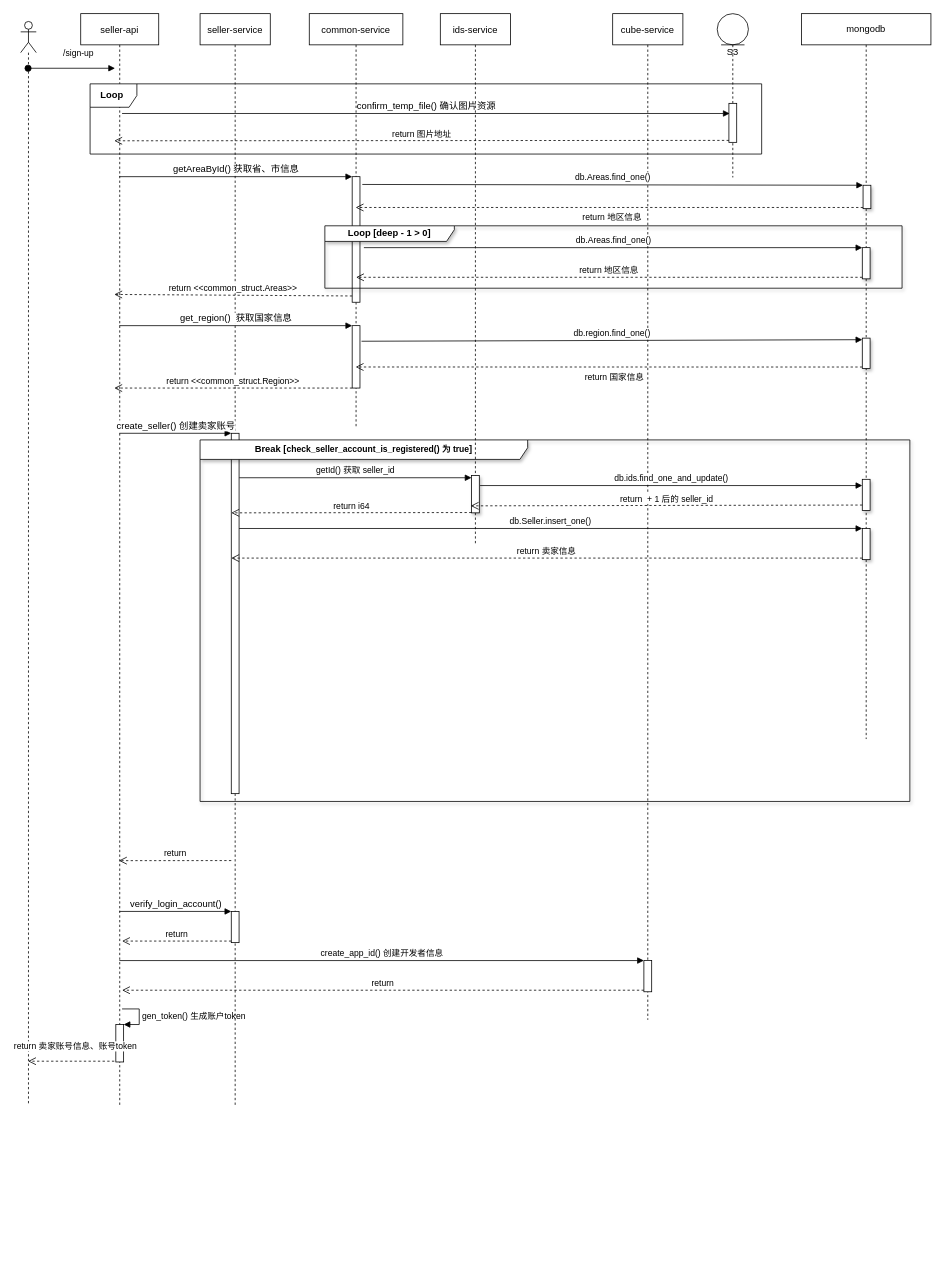
Earlier version of the draw.io diagram 时序图.drawio (wjctim/design-draw). Source tidied: cells renumbered, new cells numbered last; positions are measured from the earlier drawing's top-left corner, leaving out a move shared by most shapes. Both pictures are drawn from the tidied source at 78%, with x=0, y=0 at pixel (20, 13).
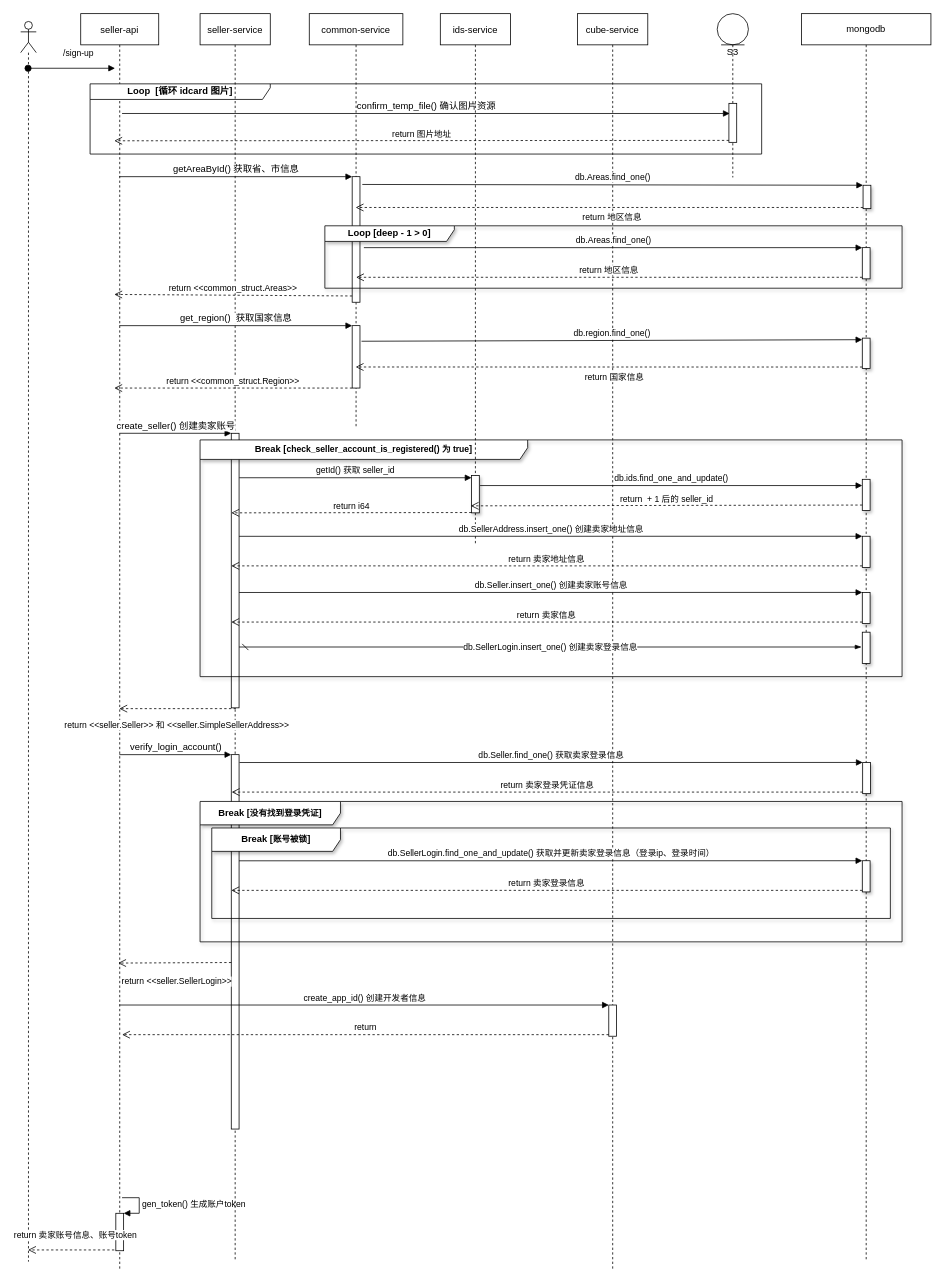
The same page after the edit.

Commit message:
更新时序图.drawio

The edit, as a diff of the source:
```diff
@@
     <mxCell id="2" value="seller-api" style="shape=umlLifeline;perimeter=lifelinePerimeter;rounded=0;shadow=0;strokeWidth=1;" parent="1" vertex="1">
-      <mxGeometry x="77" width="100" height="1400" as="geometry" />
+      <mxGeometry x="77" width="100" height="1610" as="geometry" />
     </mxCell>
@@
     <mxCell id="4" style="html=1;points=[];perimeter=orthogonalPerimeter;" parent="2" vertex="1">
-      <mxGeometry x="45" y="1296" width="10" height="48" as="geometry" />
+      <mxGeometry x="45" y="1538" width="10" height="48" as="geometry" />
     </mxCell>
     <mxCell id="5" value="gen_token() 生成账户token" style="edgeStyle=orthogonalEdgeStyle;html=1;align=left;spacingLeft=2;endArrow=block;rounded=0;entryX=1;entryY=0;" parent="2" edge="1" target="4">
       <mxGeometry relative="1" as="geometry">
-        <mxPoint x="53" y="1276" as="sourcePoint" />
+        <mxPoint x="53" y="1518" as="sourcePoint" />
         <Array as="points">
-          <mxPoint x="75" y="1276" />
+          <mxPoint x="75" y="1518" />
         </Array>
       </mxGeometry>
     </mxCell>
-    <mxCell id="6" value="Loop&amp;nbsp;" style="shape=umlFrame;whiteSpace=wrap;html=1;fontStyle=1;" parent="1" vertex="1">
+    <mxCell id="6" value="Loop&amp;nbsp; [循环 idcard 图片]" style="shape=umlFrame;whiteSpace=wrap;html=1;fontStyle=1;width=231;height=20;" parent="1" vertex="1">
       <mxGeometry x="89" y="90" width="861" height="90" as="geometry" />
     </mxCell>
     <mxCell id="7" value="seller-service" style="shape=umlLifeline;perimeter=lifelinePerimeter;rounded=0;shadow=0;strokeWidth=1;" parent="1" vertex="1">
-      <mxGeometry x="230" width="90" height="1400" as="geometry" />
+      <mxGeometry x="230" width="90" height="1600" as="geometry" />
     </mxCell>
+    <mxCell id="21" value="return &amp;lt;&amp;lt;seller.Seller&amp;gt;&amp;gt; 和 &amp;lt;&amp;lt;seller.SimpleSellerAddress&amp;gt;&amp;gt;" style="html=1;verticalAlign=bottom;endArrow=open;dashed=1;endSize=8;exitX=0;exitY=0.95;rounded=0;" parent="7" edge="1">
+      <mxGeometry x="0.02" y="30" relative="1" as="geometry">
+        <mxPoint x="46" y="891" as="sourcePoint" />
+        <mxPoint x="-103.5" y="891" as="targetPoint" />
+      </mxGeometry>
+    </mxCell>
     <mxCell id="8" style="shape=umlLifeline;participant=umlActor;perimeter=lifelinePerimeter;whiteSpace=wrap;html=1;verticalAlign=top;spacingTop=36;outlineConnect=0;" parent="1" vertex="1">
-      <mxGeometry y="10" width="20" height="1390" as="geometry" />
+      <mxGeometry y="10" width="20" height="1590" as="geometry" />
     </mxCell>
@@
     <mxCell id="19" style="html=1;points=[];perimeter=orthogonalPerimeter;" parent="1" vertex="1">
-      <mxGeometry x="270" y="538" width="10" height="462" as="geometry" />
+      <mxGeometry x="270" y="538" width="10" height="352" as="geometry" />
     </mxCell>
@@
-    <mxCell id="21" value="return" style="html=1;verticalAlign=bottom;endArrow=open;dashed=1;endSize=8;exitX=0;exitY=0.95;rounded=0;entryX=0.49;entryY=0.648;entryDx=0;entryDy=0;entryPerimeter=0;" parent="1" edge="1">
-      <mxGeometry relative="1" as="geometry">
-        <mxPoint x="270" y="1085.8" as="sourcePoint" />
-        <mxPoint x="126" y="1085.9" as="targetPoint" />
-      </mxGeometry>
-    </mxCell>
     <mxCell id="22" style="html=1;points=[];perimeter=orthogonalPerimeter;" parent="1" vertex="1">
-      <mxGeometry x="270" y="1151" width="10" height="40" as="geometry" />
+      <mxGeometry x="270" y="950" width="10" height="480" as="geometry" />
     </mxCell>
     <mxCell id="23" value="&lt;span style=&quot;font-size: 12px;&quot;&gt;verify_login_account()&lt;/span&gt;" style="html=1;verticalAlign=bottom;endArrow=block;entryX=0;entryY=0;rounded=0;" parent="1" edge="1" target="22">
       <mxGeometry relative="1" as="geometry">
-        <mxPoint x="126.5" y="1151" as="sourcePoint" />
+        <mxPoint x="126.5" y="950" as="sourcePoint" />
       </mxGeometry>
     </mxCell>
-    <mxCell id="24" value="return" style="html=1;verticalAlign=bottom;endArrow=open;dashed=1;endSize=8;exitX=0;exitY=0.95;rounded=0;" parent="1" edge="1" source="22">
-      <mxGeometry relative="1" as="geometry">
-        <mxPoint x="130" y="1189" as="targetPoint" />
+    <mxCell id="24" value="return &amp;lt;&amp;lt;seller.SellerLogin&amp;gt;&amp;gt;" style="html=1;verticalAlign=bottom;endArrow=open;dashed=1;endSize=8;exitX=0;exitY=0.95;rounded=0;entryX=0.48;entryY=0.843;entryDx=0;entryDy=0;entryPerimeter=0;" parent="1" edge="1">
+      <mxGeometry x="-0.03" y="33" relative="1" as="geometry">
+        <mxPoint x="270" y="1216.5" as="sourcePoint" />
+        <mxPoint x="125" y="1217.2" as="targetPoint" />
       </mxGeometry>
     </mxCell>
     <mxCell id="25" value="cube-service" style="shape=umlLifeline;perimeter=lifelinePerimeter;rounded=0;shadow=0;strokeWidth=1;" parent="1" vertex="1">
-      <mxGeometry x="759" width="90" height="1290" as="geometry" />
+      <mxGeometry x="714" width="90" height="1610" as="geometry" />
     </mxCell>
     <mxCell id="26" style="html=1;points=[];perimeter=orthogonalPerimeter;" parent="25" vertex="1">
-      <mxGeometry x="40" y="1214" width="10" height="40" as="geometry" />
+      <mxGeometry x="40" y="1271" width="10" height="40" as="geometry" />
     </mxCell>
     <mxCell id="27" value="create_app_id() 创建开发者信息" style="html=1;verticalAlign=bottom;endArrow=block;entryX=0;entryY=0;rounded=0;" parent="1" edge="1" target="26">
       <mxGeometry relative="1" as="geometry">
-        <mxPoint x="126.5" y="1214" as="sourcePoint" />
+        <mxPoint x="126.5" y="1271" as="sourcePoint" />
       </mxGeometry>
     </mxCell>
     <mxCell id="28" value="return" style="html=1;verticalAlign=bottom;endArrow=open;dashed=1;endSize=8;exitX=0;exitY=0.95;rounded=0;" parent="1" edge="1" source="26">
       <mxGeometry relative="1" as="geometry">
-        <mxPoint x="130" y="1252" as="targetPoint" />
+        <mxPoint x="130" y="1309" as="targetPoint" />
       </mxGeometry>
     </mxCell>
     <mxCell id="29" value="return 卖家账号信息、账号token" style="html=1;verticalAlign=bottom;endArrow=open;dashed=1;endSize=8;rounded=0;" parent="1" edge="1">
       <mxGeometry x="-0.1" y="-10" relative="1" as="geometry">
-        <mxPoint x="120" y="1343" as="sourcePoint" />
-        <mxPoint x="9.5" y="1343" as="targetPoint" />
+        <mxPoint x="120" y="1585" as="sourcePoint" />
+        <mxPoint x="9.5" y="1585" as="targetPoint" />
       </mxGeometry>
     </mxCell>
@@
     <mxCell id="31" value="mongodb" style="shape=umlLifeline;perimeter=lifelinePerimeter;whiteSpace=wrap;html=1;rounded=0;glass=0;sketch=0;" parent="1" vertex="1">
-      <mxGeometry x="1001" width="166" height="930" as="geometry" />
+      <mxGeometry x="1001" width="166" height="1600" as="geometry" />
     </mxCell>
@@
+    <mxCell id="53" value="&lt;div style=&quot;text-align: left;&quot;&gt;&lt;b style=&quot;background-color: initial;&quot;&gt;Break [&lt;/b&gt;&lt;b style=&quot;font-size: 11px; background-color: rgb(255, 255, 255);&quot;&gt;没有找到登录凭证&lt;/b&gt;&lt;b style=&quot;background-color: initial;&quot;&gt;]&lt;/b&gt;&lt;/div&gt;" style="shape=umlFrame;whiteSpace=wrap;html=1;rounded=0;shadow=1;glass=0;sketch=0;width=180;height=30;" parent="31" vertex="1">
+      <mxGeometry x="-771" y="1010" width="900" height="180" as="geometry" />
+    </mxCell>
@@
     <mxCell id="39" value="&lt;b&gt;Break [&lt;span style=&quot;font-size: 11px; text-align: left; background-color: rgb(255, 255, 255);&quot;&gt;check_seller_account_is_registered() 为 true&lt;/span&gt;]&lt;/b&gt;" style="shape=umlFrame;whiteSpace=wrap;html=1;rounded=0;shadow=1;glass=0;sketch=0;width=420;height=25;" parent="1" vertex="1">
-      <mxGeometry x="230" y="546.5" width="910" height="463.5" as="geometry" />
+      <mxGeometry x="230" y="546.5" width="900" height="303.5" as="geometry" />
     </mxCell>
@@
     <mxCell id="50" style="html=1;points=[];perimeter=orthogonalPerimeter;rounded=0;shadow=1;glass=0;sketch=0;" parent="1" vertex="1">
-      <mxGeometry x="1079" y="660" width="10" height="40" as="geometry" />
+      <mxGeometry x="1079" y="742" width="10" height="40" as="geometry" />
     </mxCell>
-    <mxCell id="51" value="db.Seller.insert_one()" style="html=1;verticalAlign=bottom;endArrow=block;entryX=0;entryY=0;rounded=0;exitX=0.055;exitY=0.245;exitDx=0;exitDy=0;exitPerimeter=0;" parent="1" edge="1" source="39" target="50">
-      <mxGeometry relative="1" as="geometry" />
+    <mxCell id="51" value="db.Seller.insert_one() 创建卖家账号信息" style="html=1;verticalAlign=bottom;endArrow=block;entryX=0;entryY=0;rounded=0;exitX=0.055;exitY=0.245;exitDx=0;exitDy=0;exitPerimeter=0;" parent="1" edge="1" target="50">
+      <mxGeometry relative="1" as="geometry">
+        <mxPoint x="280" y="742.1" as="sourcePoint" />
+      </mxGeometry>
     </mxCell>
     <mxCell id="52" value="return 卖家信息" style="html=1;verticalAlign=bottom;endArrow=open;dashed=1;endSize=8;exitX=0;exitY=0.95;rounded=0;" parent="1" edge="1" source="50">
       <mxGeometry relative="1" as="geometry">
-        <mxPoint x="270" y="698" as="targetPoint" />
+        <mxPoint x="270" y="780" as="targetPoint" />
       </mxGeometry>
     </mxCell>
+    <mxCell id="54" style="html=1;perimeter=orthogonalPerimeter;rounded=0;shadow=1;glass=0;sketch=0;" parent="1" vertex="1">
+      <mxGeometry x="1079" y="793" width="10" height="40" as="geometry" />
+    </mxCell>
+    <mxCell id="55" value="&lt;span style=&quot;font-size: 11px;&quot;&gt;db.SellerLogin.insert_one() 创建卖家登录信息&lt;/span&gt;" style="edgeStyle=elbowEdgeStyle;fontSize=12;html=1;endArrow=blockThin;endFill=1;startArrow=dash;startFill=0;endSize=6;startSize=6;rounded=0;entryX=-0.1;entryY=0.375;entryDx=0;entryDy=0;entryPerimeter=0;" parent="1" edge="1">
+      <mxGeometry relative="1" as="geometry">
+        <mxPoint x="280" y="812" as="sourcePoint" />
+        <mxPoint x="1078" y="812" as="targetPoint" />
+      </mxGeometry>
+    </mxCell>
+    <mxCell id="56" style="html=1;points=[];perimeter=orthogonalPerimeter;rounded=0;shadow=1;glass=0;sketch=0;" parent="1" vertex="1">
+      <mxGeometry x="1079" y="670" width="10" height="40" as="geometry" />
+    </mxCell>
+    <mxCell id="57" value="db.SellerAddress.insert_one() 创建卖家地址信息" style="html=1;verticalAlign=bottom;endArrow=block;entryX=0;entryY=0;rounded=0;exitX=0.055;exitY=0.245;exitDx=0;exitDy=0;exitPerimeter=0;" parent="1" edge="1" target="56">
+      <mxGeometry relative="1" as="geometry">
+        <mxPoint x="280" y="670.1" as="sourcePoint" />
+      </mxGeometry>
+    </mxCell>
+    <mxCell id="58" value="return 卖家地址信息" style="html=1;verticalAlign=bottom;endArrow=open;dashed=1;endSize=8;exitX=0;exitY=0.95;rounded=0;" parent="1" edge="1" source="56">
+      <mxGeometry relative="1" as="geometry">
+        <mxPoint x="270" y="708" as="targetPoint" />
+      </mxGeometry>
+    </mxCell>
+    <mxCell id="59" style="html=1;points=[];perimeter=orthogonalPerimeter;rounded=0;shadow=1;glass=0;sketch=0;" parent="1" vertex="1">
+      <mxGeometry x="1079.5" y="960" width="10" height="40" as="geometry" />
+    </mxCell>
+    <mxCell id="60" value="db.Seller.find_one() 获取卖家登录信息" style="html=1;verticalAlign=bottom;endArrow=block;entryX=0;entryY=0;rounded=0;exitX=0.055;exitY=0.245;exitDx=0;exitDy=0;exitPerimeter=0;" parent="1" edge="1" target="59">
+      <mxGeometry relative="1" as="geometry">
+        <mxPoint x="280.5" y="960.1" as="sourcePoint" />
+      </mxGeometry>
+    </mxCell>
+    <mxCell id="61" value="return 卖家登录凭证信息" style="html=1;verticalAlign=bottom;endArrow=open;dashed=1;endSize=8;exitX=0;exitY=0.95;rounded=0;" parent="1" edge="1" source="59">
+      <mxGeometry relative="1" as="geometry">
+        <mxPoint x="270.5" y="998" as="targetPoint" />
+      </mxGeometry>
+    </mxCell>
+    <mxCell id="62" value="&lt;div style=&quot;text-align: left;&quot;&gt;&lt;b style=&quot;background-color: initial;&quot;&gt;Break [&lt;/b&gt;&lt;b style=&quot;font-size: 11px; background-color: rgb(255, 255, 255);&quot;&gt;账号被锁&lt;/b&gt;&lt;b style=&quot;background-color: initial;&quot;&gt;]&lt;/b&gt;&lt;/div&gt;" style="shape=umlFrame;whiteSpace=wrap;html=1;rounded=0;shadow=1;glass=0;sketch=0;width=165;height=30;" parent="1" vertex="1">
+      <mxGeometry x="245" y="1044" width="870" height="116" as="geometry" />
+    </mxCell>
+    <mxCell id="63" style="html=1;points=[];perimeter=orthogonalPerimeter;rounded=0;shadow=1;glass=0;sketch=0;" parent="1" vertex="1">
+      <mxGeometry x="1079" y="1086" width="10" height="40" as="geometry" />
+    </mxCell>
+    <mxCell id="64" value="db.SellerLogin.find_one_and_update() 获取并更新卖家登录信息（登录ip、登录时间）" style="html=1;verticalAlign=bottom;endArrow=block;entryX=0;entryY=0;rounded=0;exitX=0.055;exitY=0.245;exitDx=0;exitDy=0;exitPerimeter=0;" parent="1" edge="1" target="63">
+      <mxGeometry relative="1" as="geometry">
+        <mxPoint x="280" y="1086.1" as="sourcePoint" />
+      </mxGeometry>
+    </mxCell>
+    <mxCell id="65" value="return 卖家登录信息" style="html=1;verticalAlign=bottom;endArrow=open;dashed=1;endSize=8;exitX=0;exitY=0.95;rounded=0;" parent="1" edge="1" source="63">
+      <mxGeometry relative="1" as="geometry">
+        <mxPoint x="270" y="1124" as="targetPoint" />
+      </mxGeometry>
+    </mxCell>
```
